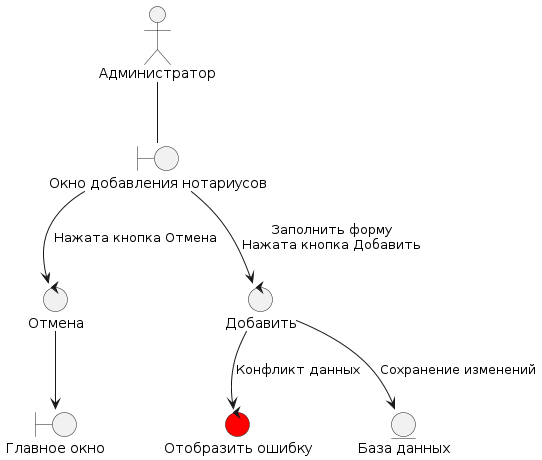
Earlier version of the PlantUML export Diagrams/images/Prigodnost/Admin_Add.png (Student7751/CourseWork).
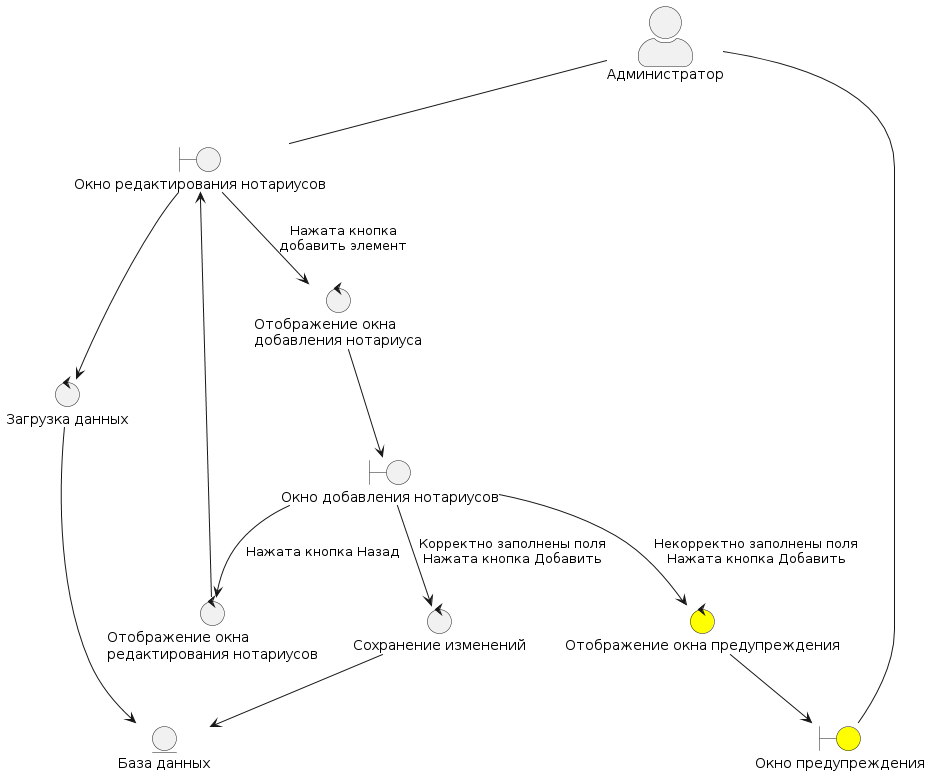
Later version of the same file.

Change to the diagram source:
```diff
@@ -1,22 +1,35 @@
 @startuml
+skinparam actorStyle awesome
 boundary "Окно добавления нотариусов" as add_notarius_window
-boundary "Главное окно" as main_window
+boundary "Окно редактирования нотариусов" as edit_notarius_window
+boundary "Окно предупреждения" as warning_window #yellow
 
 actor "Администратор" as user
 
-user -- add_notarius_window
+user -- edit_notarius_window
+
+control "Отображение окна \nдобавления нотариуса" as add_control
+control "Отображение окна \nредактирования нотариусов" as edit_control
+control "Сохранение изменений" as DB_control
+control "Загрузка данных" as load_control
+control "Отображение окна предупреждения" as warning_control #yellow
 
 
-control "Отмена" as cancel_control
-control "Добавить" as add_control
-control "Отобразить ошибку" as error_control #red
+edit_notarius_window--> add_control: Нажата кнопка\nдобавить элемент
+add_control --> add_notarius_window
+edit_notarius_window --> load_control
 
 entity "База данных" as DB
 
-add_notarius_window --> cancel_control: Нажата кнопка Отмена
-add_notarius_window --> add_control: Заполнить форму\nНажата кнопка Добавить
+load_control --> DB
+add_notarius_window --> edit_control: Нажата кнопка Назад
+edit_control --> edit_notarius_window
 
-cancel_control --> main_window
-add_control --> DB: Сохранение изменений
-add_control --> error_control: Конфликт данных
+add_notarius_window --> DB_control: Корректно заполнены поля\nНажата кнопка Добавить
+DB_control--> DB
+
+add_notarius_window --> warning_control : Некорректно заполнены поля\nНажата кнопка Добавить
+warning_control --> warning_window
+
+warning_window -up- user
 @enduml
```
